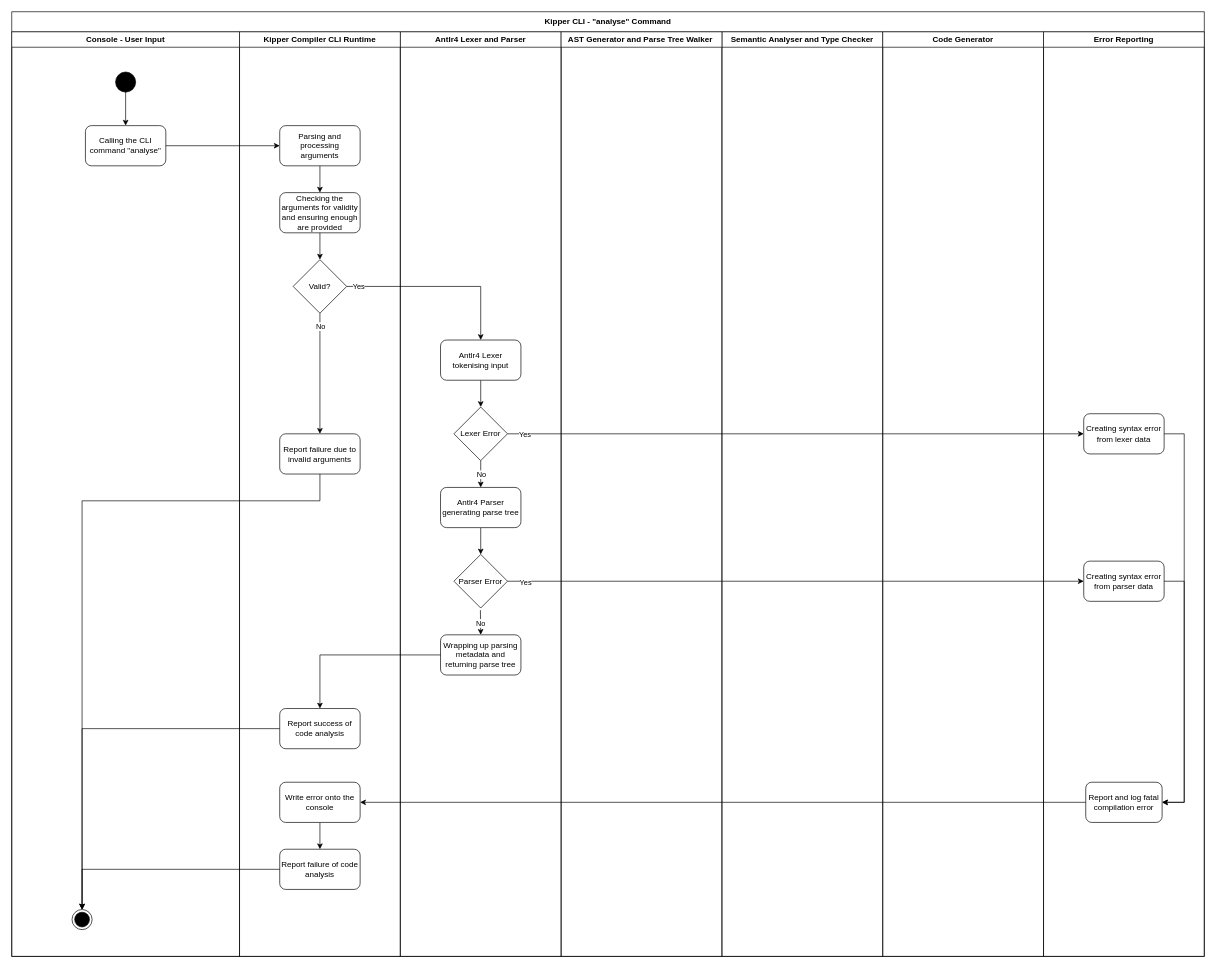
WMC-AHIF-2022/Kipper keeps this draw.io diagram as img/Kipper-CLI-Analyse-ACD.drawio. Above is the earlier version. Source tidied: cells renumbered, new cells numbered last; positions are measured from the earlier drawing's top-left corner, leaving out a move shared by most shapes. Both pictures are drawn from the tidied source at 67%, with x=0, y=0 at pixel (11, 11).
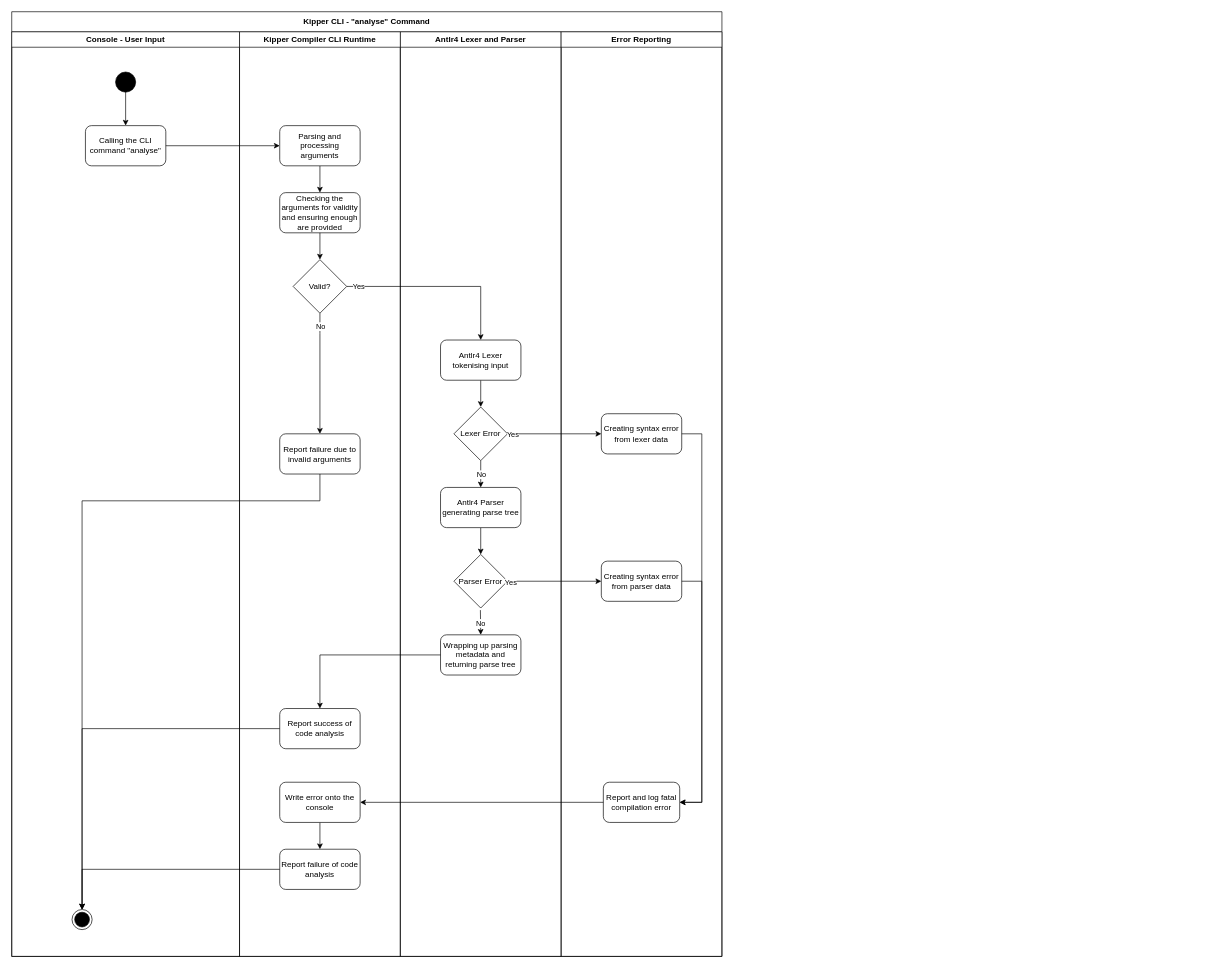
Above is the later version.

What changed in the source:
```diff
@@
     <mxCell id="2" value="Kipper CLI - &quot;analyse&quot; Command" style="swimlane;whiteSpace=wrap;html=1;startSize=30;" parent="1" vertex="1">
-      <mxGeometry width="1780" height="1410" as="geometry" />
+      <mxGeometry width="1060" height="1410" as="geometry" />
     </mxCell>
@@
-    <mxCell id="15" value="Semantic Analyser and Type Checker" style="swimlane;whiteSpace=wrap;html=1;" parent="2" vertex="1">
-      <mxGeometry x="1060" y="30" width="240" height="1380" as="geometry" />
-    </mxCell>
-    <mxCell id="16" value="Code Generator" style="swimlane;whiteSpace=wrap;html=1;" parent="2" vertex="1">
-      <mxGeometry x="1300" y="30" width="240" height="1380" as="geometry" />
-    </mxCell>
@@
     <mxCell id="19" value="Error Reporting" style="swimlane;whiteSpace=wrap;html=1;" parent="2" vertex="1">
-      <mxGeometry x="1540" y="30" width="240" height="1380" as="geometry" />
+      <mxGeometry x="820" y="30" width="240" height="1380" as="geometry" />
     </mxCell>
@@
-    <mxCell id="27" value="AST Generator and Parse Tree Walker&amp;nbsp;" style="swimlane;whiteSpace=wrap;html=1;" parent="2" vertex="1">
-      <mxGeometry x="820" y="30" width="240" height="1380" as="geometry" />
-    </mxCell>
```
